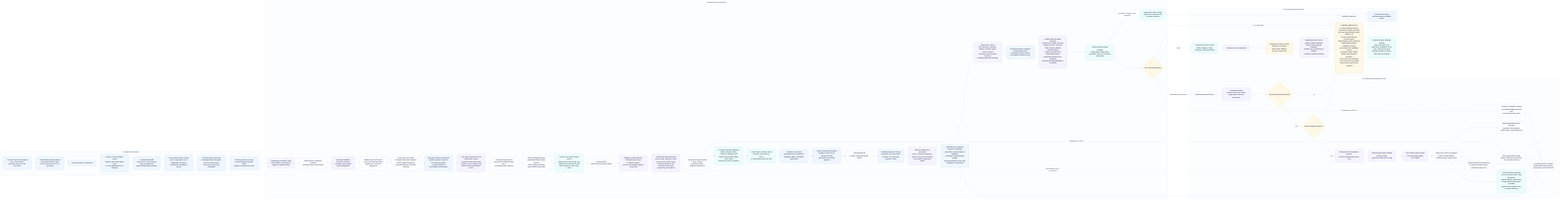
Earlier version of the Mermaid export odylith/atlas/source/domain-intelligence-greenfield-governance.png (odylith/odylith). Its source is kept beside it as odylith/atlas/source/domain-intelligence-greenfield-governance.mmd.
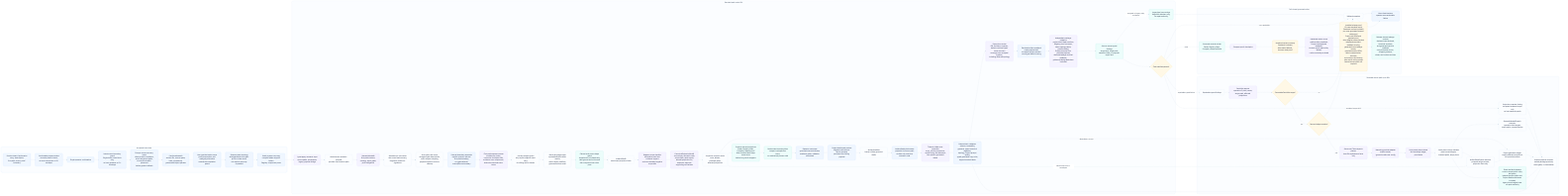
Above is the later version.

The edit, as a diff of the source:
```diff
@@ -5,6 +5,7 @@
       confirmable_stdout["Confirmable propose stdout<br/>concrete product intent,<br/>no host instructions or CLI envelope"]
       confirm["Single operator confirmation"]
       source_guard["Intent source boundary guard<br/>Original user intent block only,<br/>no host guidance or CLI envelope"]
+      prompt_recovery["Prompt-source recovery owner<br/>direct product containers,<br/>actor-led gerund paths,<br/>source punctuation preserved<br/>before generic fallback"]
       confirmed_ir["ConfirmedIntentIR<br/>section IDs, source spans,<br/>hash, provenance,<br/>grammatical object phrases"]
       non_goal_owner["Non-goal derivation owner<br/>proof, assumption, and ambiguity exclusions<br/>outside the completion parent"]
       sparse_systems["Sparse system topology<br/>terse/generated rows gain proof or state owner,<br/>rich explicit rows stay unpadded"]
@@ -37,7 +38,7 @@
       validators["Deterministic validators<br/>schema, traceability,<br/>grammar, typed canonical repetition,<br/>topology, Project prompt quality,<br/>typed generated-copy units,<br/>clipped terminal labels"]
       expert_lenses["Expert-lens review<br/>PM, architect, engineer,<br/>domain reviewer typed owner contract<br/>coverage over accepted systems,<br/>including deferred topology"]
       persisted_readback["Persisted artifact readback<br/>create payload and accepted-project preview<br/>must agree before scoring"]
-      evidence_readback["Independent package evidence<br/>project brief, Radar sections,<br/>Registry proof contracts,<br/>Atlas topology labels,<br/>prewrite safety,<br/>Project prompts from persisted payload,<br/>generated domain-term readback,<br/>guidance/catalog Markdown excluded"]
+      evidence_readback["Independent package evidence<br/>project brief, Radar sections,<br/>Registry proof contracts,<br/>Atlas topology labels,<br/>prewrite safety,<br/>Project prompts from persisted payload,<br/>declared leakage-sentinel readback,<br/>guidance/catalog Markdown excluded"]
       typed_findings["Source-owned typed findings<br/>target layer, target path,<br/>semantic node, no proposal-repair lane"]
       legacy_blockers["Legacy/raw issue strings<br/>diagnostic blockers only,<br/>no repair authority"]
       final_manifest{"Final manifest passes?"}
@@ -70,10 +71,10 @@
       surface_custody["Rendered surface custody<br/>Casebook included,<br/>Atlas static fallback,<br/>browser state proof"]
       matrix_scorer["Hardened matrix scorer<br/>public artifact readback,<br/>Project shell payload readback,<br/>browser proof required by default,<br/>runtime custody excluded"]
       release_matrix["Installed release proof<br/>13-case standard matrix,<br/>Casebook surface included,<br/>per-case generated browser state proof,<br/>Project tab DOM and payload proof,<br/>Atlas diagram state checked,<br/>independent artifact readback scoring,<br/>generated-term leakage rescan,<br/>persisted matrix JSON,<br/>failed-create blocker excerpts,<br/>strict temp-root cleanup,<br/>plus rescue wiring smoke<br/>natural rescue proof still required"]
-      selected_case_leakage["Release domain leakage custody<br/>case, historical, and generated readback terms scan protected source,<br/>shipped guidance, wheel, and runtime archives"]
+      selected_case_leakage["Release domain leakage custody<br/>declared case sentinels,<br/>historical sentinels,<br/>and generated sentinel readback<br/>scan protected source, shipped guidance,<br/>wheel, and runtime archives"]
     end
 
-    visible_intent --> confirmable_stdout --> confirm --> source_guard --> confirmed_ir --> non_goal_owner --> sparse_systems --> public_system_copy
+    visible_intent --> confirmable_stdout --> confirm --> source_guard --> prompt_recovery --> confirmed_ir --> non_goal_owner --> sparse_systems --> public_system_copy
     public_system_copy --> apply_input --> compiler --> semantic_ir --> actor_role_owner --> actor_path_role --> external_boundary --> sequence_owner --> subject_carry_guard --> result_language --> prose_shape_guard --> artifact_plan --> release_scope --> canonical_facts --> projection_contract --> projections --> state_boundary_titles --> next_steps --> project_dashboard --> draft_set
     draft_set --> artifact_units --> visible_actor_projection --> validators --> expert_lenses --> persisted_readback --> evidence_readback --> typed_findings --> final_manifest
     typed_findings -- "untyped or legacy-only evidence" --> legacy_blockers --> rollback
@@ -100,7 +101,7 @@
     classDef standard fill:#F8FAFC,stroke:#CBD5E1,color:#17233A,stroke-width:1.2px;
     classDef rescue fill:#FFF7ED,stroke:#FDBA74,color:#17233A,stroke-width:1.2px;
     classDef write fill:#F0FDF4,stroke:#86EFAC,color:#17233A,stroke-width:1.2px;
-    class visible_intent,confirmable_stdout,confirm,source_guard,confirmed_ir,non_goal_owner,sparse_systems,public_system_copy intent;
+    class visible_intent,confirmable_stdout,confirm,source_guard,prompt_recovery,confirmed_ir,non_goal_owner,sparse_systems,public_system_copy intent;
     class apply_input,compiler,semantic_ir,actor_role_owner,actor_path_role,external_boundary,sequence_owner,subject_carry_guard,result_language,prose_shape_guard,artifact_plan,release_scope,canonical_facts,projection_contract,projections,state_boundary_titles,next_steps,project_dashboard,draft_set,artifact_units,visible_actor_projection,validators,expert_lenses,persisted_readback,evidence_readback,typed_findings,legacy_blockers,final_manifest standard;
     class repairable,patchset,executable_target,rescue_budget,tribunal_planner,provider_adapter,strict_schema,custody_check,semantic_apply,plan_apply,scope_ledger,projection_rerender,copy_repair,rerender rescue;
     class writes,rollback,blockers,proof_log,surface_custody,matrix_scorer,release_matrix,selected_case_leakage write;
```
